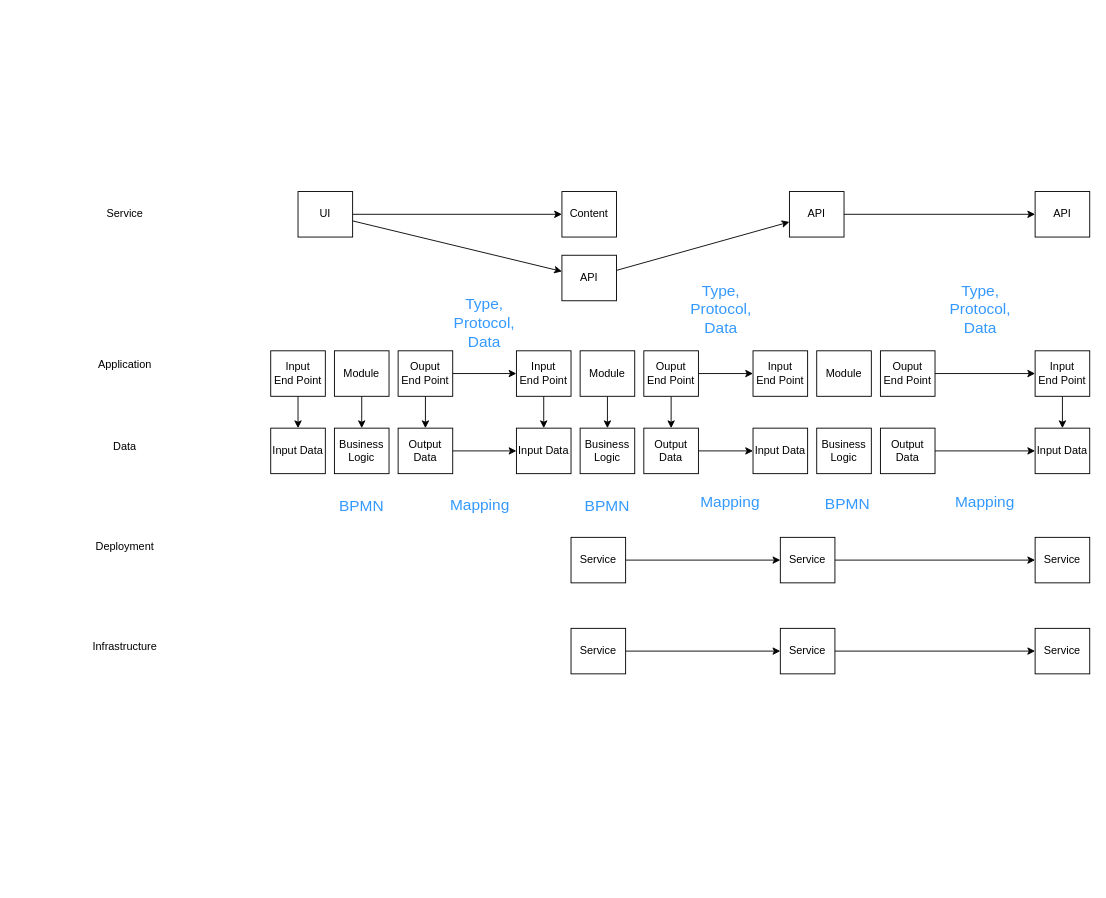
This is _gxp/diagrams/Data-Modeling-Tech-Overview.drawio from governance-foundation/governance.foundation, a draw.io file, before an edit. Source tidied: cells renumbered, new cells numbered last; positions are measured from the earlier drawing's top-left corner, leaving out a move shared by most shapes. Both pictures are drawn from the tidied source at 91%, with x=0, y=0 at pixel (15, 187).
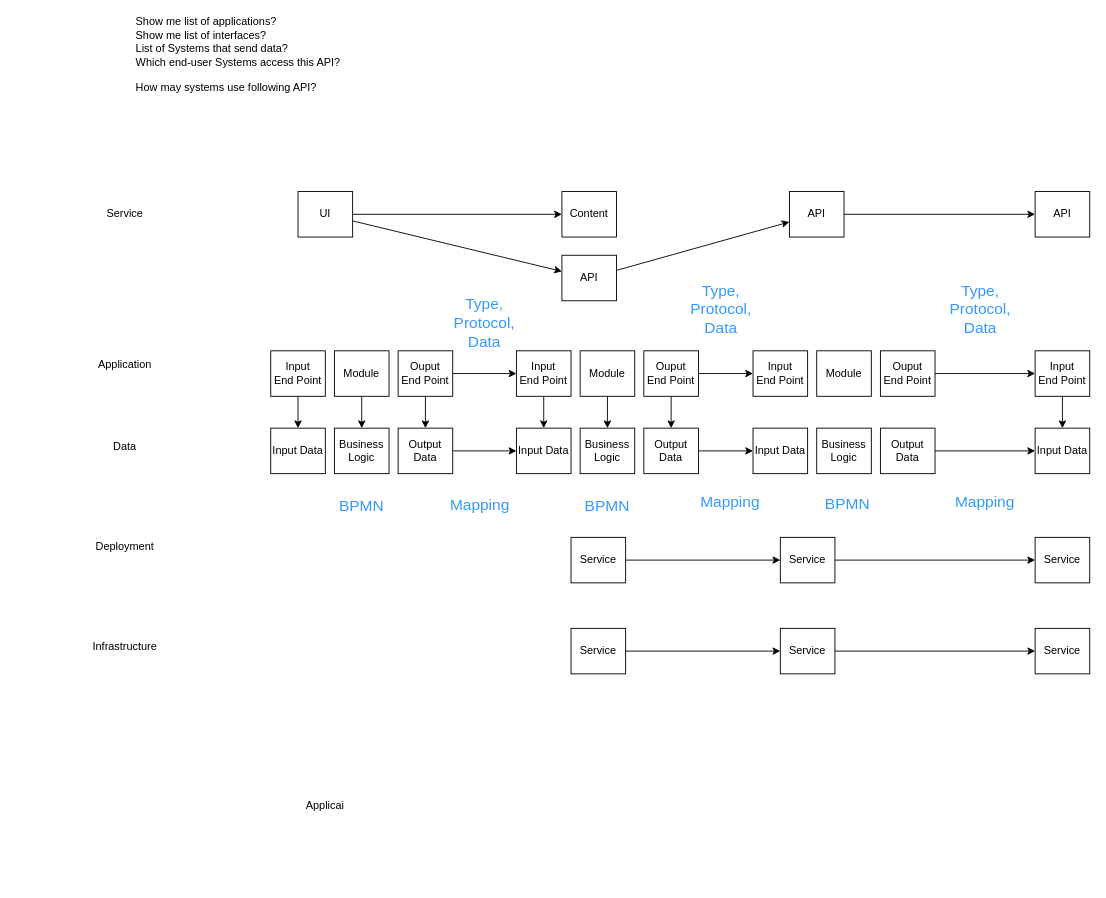
The same page after the edit.

What changed in the source:
```diff
@@
+    <mxCell id="68" value="Show me list of applications?&lt;br&gt;Show me list of interfaces?&lt;br&gt;List of Systems that send data?&lt;br&gt;Which end-user Systems access this API?&lt;br&gt;&lt;br&gt;How may systems use following API?" style="text;html=1;strokeColor=none;fillColor=none;align=left;verticalAlign=middle;whiteSpace=wrap;rounded=0;" parent="1" vertex="1">
+      <mxGeometry x="130" y="-185" width="250" height="80" as="geometry" />
+    </mxCell>
+    <mxCell id="69" value="Applicai" style="text;html=1;strokeColor=none;fillColor=none;align=center;verticalAlign=middle;whiteSpace=wrap;rounded=0;" parent="1" vertex="1">
+      <mxGeometry x="200" y="595" width="280" height="170" as="geometry" />
+    </mxCell>
```
